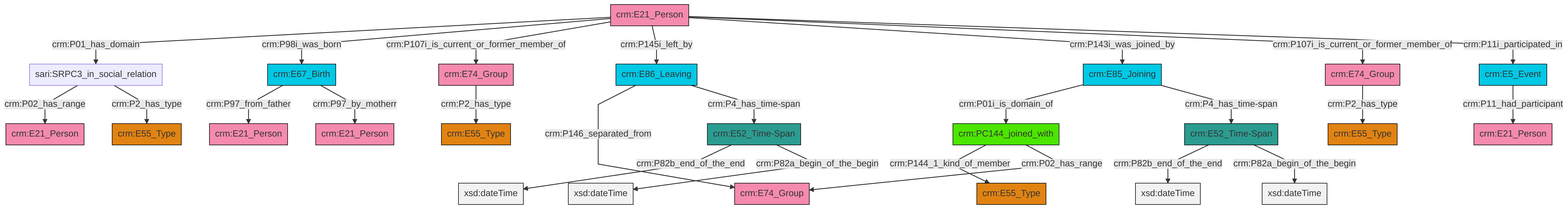
The Mermaid diagram et/personCSV/ttl/mmd/png/Person_Actor_Relations.png in swiss-art-research-net/docs.swissartresearch, before a commit. Its source is kept beside it as et/personCSV/ttl/mmd/Person_Actor_Relations.ttl.mmd.
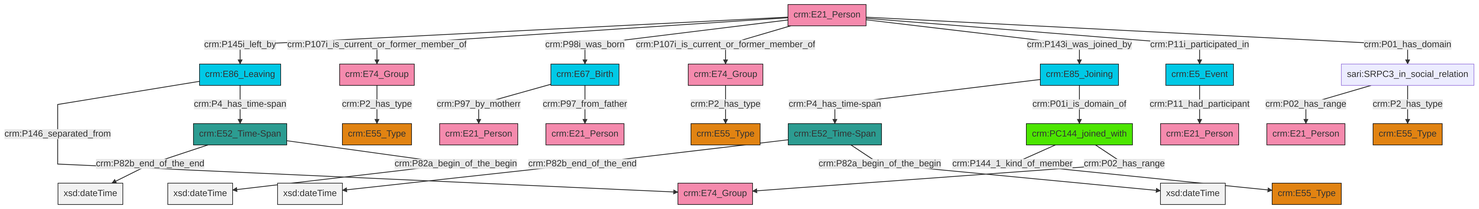
The same file after the commit.

Diff of the diagram source:
```diff
@@ -13,27 +13,27 @@
 classDef PC_Classes fill:#4ce600, stroke:#000000;
 classDef Multi fill:#cccccc,stroke:#000000;
 
-0["crm:E85_Joining"]:::Temporal_Entity -->|crm:P01i_is_domain_of| 1["crm:PC144_joined_with"]:::PC_Classes
-2["crm:E21_Person"]:::Actor -->|crm:P01_has_domain| 3["sari:SRPC3_in_social_relation"]:::Default
-4["crm:E74_Group"]:::Actor -->|crm:P2_has_type| 5["crm:E55_Type"]:::Type
-2["crm:E21_Person"]:::Actor -->|crm:P98i_was_born| 6["crm:E67_Birth"]:::Temporal_Entity
-10["crm:E74_Group"]:::Actor -->|crm:P2_has_type| 11["crm:E55_Type"]:::Type
-2["crm:E21_Person"]:::Actor -->|crm:P107i_is_current_or_former_member_of| 10["crm:E74_Group"]:::Actor
-14["crm:E52_Time-Span"]:::Time-Span -->|crm:P82b_end_of_the_end| 15[xsd:dateTime]:::Literal
-3["sari:SRPC3_in_social_relation"]:::Default -->|crm:P02_has_range| 18["crm:E21_Person"]:::Actor
-0["crm:E85_Joining"]:::Temporal_Entity -->|crm:P4_has_time-span| 19["crm:E52_Time-Span"]:::Time-Span
-2["crm:E21_Person"]:::Actor -->|crm:P145i_left_by| 24["crm:E86_Leaving"]:::Temporal_Entity
-14["crm:E52_Time-Span"]:::Time-Span -->|crm:P82a_begin_of_the_begin| 27[xsd:dateTime]:::Literal
-3["sari:SRPC3_in_social_relation"]:::Default -->|crm:P2_has_type| 29["crm:E55_Type"]:::Type
-2["crm:E21_Person"]:::Actor -->|crm:P143i_was_joined_by| 0["crm:E85_Joining"]:::Temporal_Entity
-24["crm:E86_Leaving"]:::Temporal_Entity -->|crm:P146_separated_from| 31["crm:E74_Group"]:::Actor
-2["crm:E21_Person"]:::Actor -->|crm:P107i_is_current_or_former_member_of| 4["crm:E74_Group"]:::Actor
-1["crm:PC144_joined_with"]:::PC_Classes -->|crm:P144_1_kind_of_member| 33["crm:E55_Type"]:::Type
-6["crm:E67_Birth"]:::Temporal_Entity -->|crm:P97_from_father| 35["crm:E21_Person"]:::Actor
-24["crm:E86_Leaving"]:::Temporal_Entity -->|crm:P4_has_time-span| 14["crm:E52_Time-Span"]:::Time-Span
-19["crm:E52_Time-Span"]:::Time-Span -->|crm:P82b_end_of_the_end| 36[xsd:dateTime]:::Literal
-37["crm:E5_Event"]:::Temporal_Entity -->|crm:P11_had_participant| 38["crm:E21_Person"]:::Actor
-1["crm:PC144_joined_with"]:::PC_Classes -->|crm:P02_has_range| 31["crm:E74_Group"]:::Actor
-19["crm:E52_Time-Span"]:::Time-Span -->|crm:P82a_begin_of_the_begin| 43[xsd:dateTime]:::Literal
-6["crm:E67_Birth"]:::Temporal_Entity -->|crm:P97_by_motherr| 20["crm:E21_Person"]:::Actor
-2["crm:E21_Person"]:::Actor -->|crm:P11i_participated_in| 37["crm:E5_Event"]:::Temporal_Entity
+0["crm:E74_Group"]:::Actor -->|crm:P2_has_type| 1["crm:E55_Type"]:::Type
+2["sari:SRPC3_in_social_relation"]:::Default -->|crm:P02_has_range| 3["crm:E21_Person"]:::Actor
+8["crm:E67_Birth"]:::Temporal_Entity -->|crm:P97_by_motherr| 9["crm:E21_Person"]:::Actor
+10["crm:E52_Time-Span"]:::Time-Span -->|crm:P82b_end_of_the_end| 11[xsd:dateTime]:::Literal
+14["crm:E52_Time-Span"]:::Time-Span -->|crm:P82b_end_of_the_end| 16[xsd:dateTime]:::Literal
+17["crm:E85_Joining"]:::Temporal_Entity -->|crm:P4_has_time-span| 10["crm:E52_Time-Span"]:::Time-Span
+25["crm:E21_Person"]:::Actor -->|crm:P145i_left_by| 12["crm:E86_Leaving"]:::Temporal_Entity
+30["crm:E5_Event"]:::Temporal_Entity -->|crm:P11_had_participant| 20["crm:E21_Person"]:::Actor
+25["crm:E21_Person"]:::Actor -->|crm:P107i_is_current_or_former_member_of| 4["crm:E74_Group"]:::Actor
+26["crm:PC144_joined_with"]:::PC_Classes -->|crm:P144_1_kind_of_member| 22["crm:E55_Type"]:::Type
+25["crm:E21_Person"]:::Actor -->|crm:P98i_was_born| 8["crm:E67_Birth"]:::Temporal_Entity
+8["crm:E67_Birth"]:::Temporal_Entity -->|crm:P97_from_father| 28["crm:E21_Person"]:::Actor
+25["crm:E21_Person"]:::Actor -->|crm:P107i_is_current_or_former_member_of| 0["crm:E74_Group"]:::Actor
+25["crm:E21_Person"]:::Actor -->|crm:P143i_was_joined_by| 17["crm:E85_Joining"]:::Temporal_Entity
+25["crm:E21_Person"]:::Actor -->|crm:P11i_participated_in| 30["crm:E5_Event"]:::Temporal_Entity
+17["crm:E85_Joining"]:::Temporal_Entity -->|crm:P01i_is_domain_of| 26["crm:PC144_joined_with"]:::PC_Classes
+4["crm:E74_Group"]:::Actor -->|crm:P2_has_type| 37["crm:E55_Type"]:::Type
+10["crm:E52_Time-Span"]:::Time-Span -->|crm:P82a_begin_of_the_begin| 43[xsd:dateTime]:::Literal
+25["crm:E21_Person"]:::Actor -->|crm:P01_has_domain| 2["sari:SRPC3_in_social_relation"]:::Default
+14["crm:E52_Time-Span"]:::Time-Span -->|crm:P82a_begin_of_the_begin| 46[xsd:dateTime]:::Literal
+26["crm:PC144_joined_with"]:::PC_Classes -->|crm:P02_has_range| 32["crm:E74_Group"]:::Actor
+12["crm:E86_Leaving"]:::Temporal_Entity -->|crm:P146_separated_from| 32["crm:E74_Group"]:::Actor
+12["crm:E86_Leaving"]:::Temporal_Entity -->|crm:P4_has_time-span| 14["crm:E52_Time-Span"]:::Time-Span
+2["sari:SRPC3_in_social_relation"]:::Default -->|crm:P2_has_type| 6["crm:E55_Type"]:::Type
```
